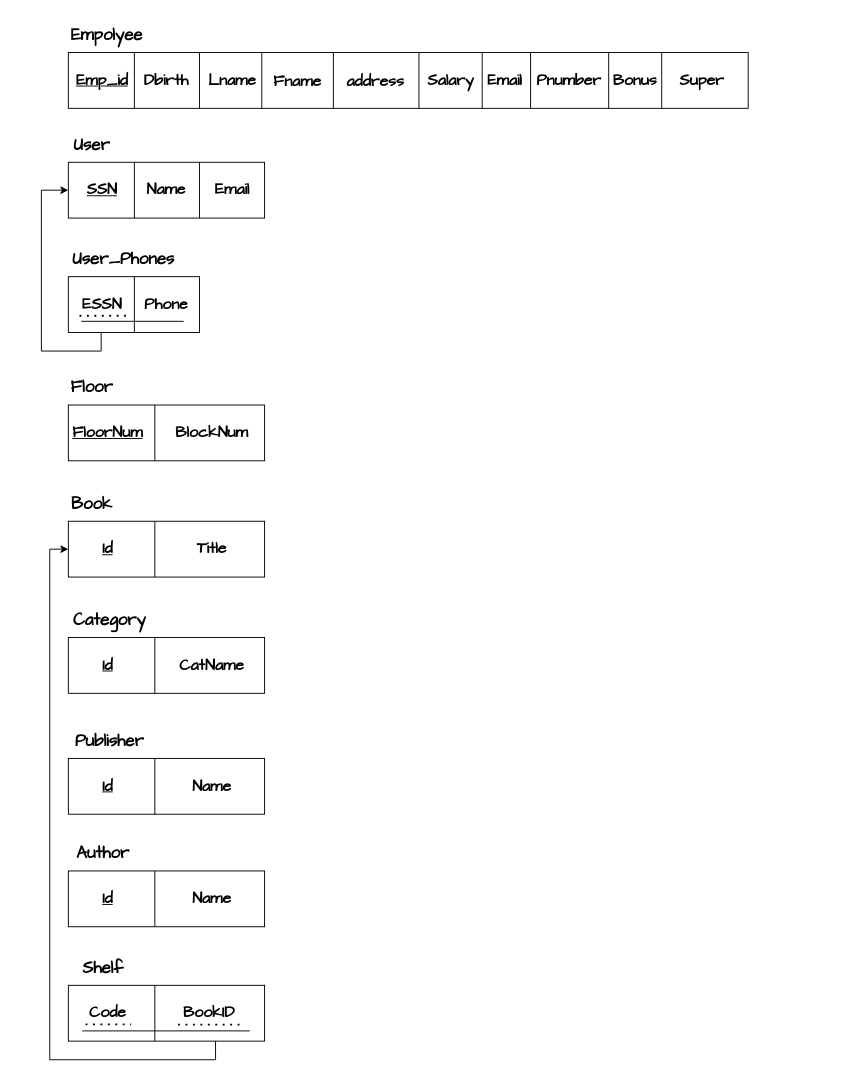
The draw.io diagram Mapping6.drawio in you22ef/ERDs, before the edit. Source tidied: cells renumbered, new cells numbered last; positions are measured from the earlier drawing's top-left corner, leaving out a move shared by most shapes. Both pictures are drawn from the tidied source at 93%, with x=0, y=0 at pixel (41, 16).
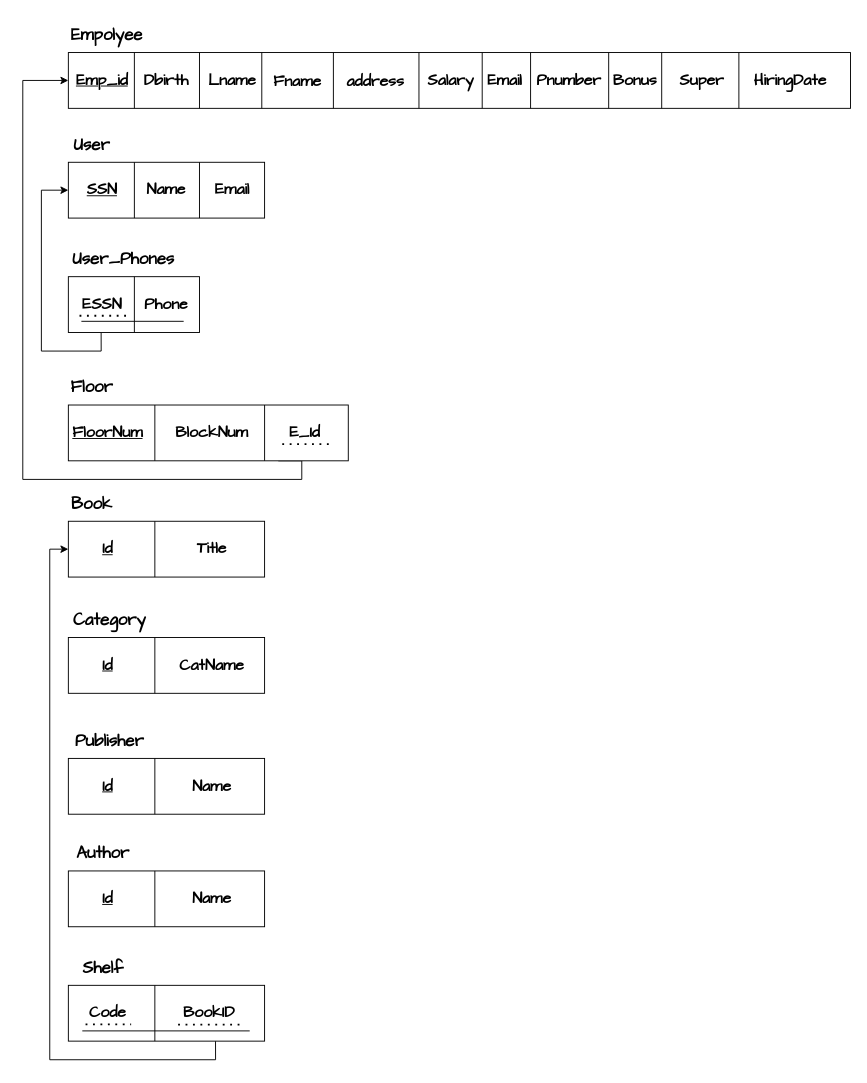
The same diagram, later.

What changed in the source:
```diff
@@
     <mxCell id="2" style="rounded=0;whiteSpace=wrap;html=1;fontFamily=Architects Daughter;" parent="1" vertex="1">
-      <mxGeometry x="29" y="39" width="731" height="60" as="geometry" />
+      <mxGeometry x="29" y="39" width="841" height="60" as="geometry" />
     </mxCell>
@@
+    <mxCell id="73" style="edgeStyle=orthogonalEdgeStyle;rounded=0;jettySize=auto;html=1;exitX=0.75;exitY=1;exitDx=0;exitDy=0;entryX=0;entryY=0.5;entryDx=0;entryDy=0;" parent="1" edge="1" source="39" target="2">
+      <mxGeometry relative="1" as="geometry">
+        <Array as="points">
+          <mxPoint x="280" y="478" />
+          <mxPoint x="280" y="498" />
+          <mxPoint x="-20" y="498" />
+          <mxPoint x="-20" y="69" />
+        </Array>
+      </mxGeometry>
+    </mxCell>
     <mxCell id="39" style="rounded=0;whiteSpace=wrap;html=1;fontFamily=Architects Daughter;" parent="1" vertex="1">
-      <mxGeometry x="29" y="418" width="211" height="60" as="geometry" />
+      <mxGeometry x="29" y="418" width="301" height="60" as="geometry" />
     </mxCell>
@@
+    <mxCell id="74" style="endArrow=none;html=1;rounded=0;fontFamily=Architects Daughter;" parent="1" edge="1">
+      <mxGeometry relative="1" as="geometry">
+        <mxPoint x="240" y="478" as="sourcePoint" />
+        <mxPoint x="240" y="418" as="targetPoint" />
+      </mxGeometry>
+    </mxCell>
+    <mxCell id="75" value="&lt;span style=&quot;font-size: 17px;&quot;&gt;&lt;b&gt;E_Id&lt;/b&gt;&lt;/span&gt;" style="text;html=1;align=center;verticalAlign=middle;strokeColor=none;fillColor=none;fontFamily=Architects Daughter;" parent="1" vertex="1">
+      <mxGeometry x="253" y="433" width="60" height="30" as="geometry" />
+    </mxCell>
+    <mxCell id="76" style="endArrow=none;dashed=1;html=1;dashPattern=1 3;strokeWidth=2;rounded=0;" parent="1" edge="1">
+      <mxGeometry relative="1" as="geometry">
+        <mxPoint x="259" y="460" as="sourcePoint" />
+        <mxPoint x="309" y="460" as="targetPoint" />
+      </mxGeometry>
+    </mxCell>
+    <mxCell id="77" style="endArrow=none;html=1;rounded=0;fontFamily=Architects Daughter;" parent="1" edge="1">
+      <mxGeometry relative="1" as="geometry">
+        <mxPoint x="750" y="99" as="sourcePoint" />
+        <mxPoint x="750" y="39" as="targetPoint" />
+      </mxGeometry>
+    </mxCell>
+    <mxCell id="78" value="&lt;font style=&quot;font-size: 17px;&quot;&gt;&lt;b&gt;HiringDate&lt;/b&gt;&lt;/font&gt;" style="text;html=1;align=center;verticalAlign=middle;strokeColor=none;fillColor=none;fontFamily=Architects Daughter;" parent="1" vertex="1">
+      <mxGeometry x="755" y="54" width="100" height="30" as="geometry" />
+    </mxCell>
```
